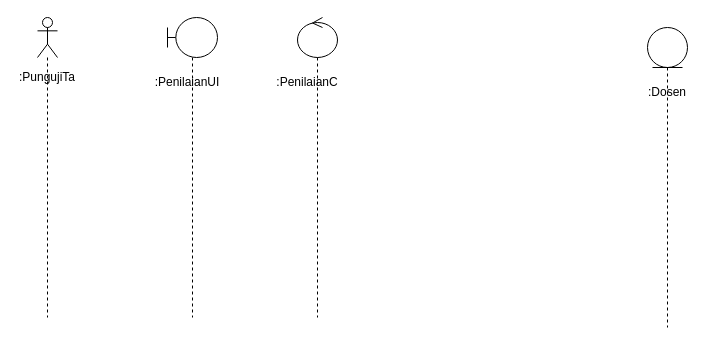
This is Pert 11/Seq-Prak-2.drawio from mahesri/uml_ads_sms3, a draw.io file, before an edit. Source tidied: cells renumbered, new cells numbered last; positions are measured from the earlier drawing's top-left corner, leaving out a move shared by most shapes. Both pictures are drawn from the tidied source at 100%, with x=0, y=0 at pixel (17, 17).
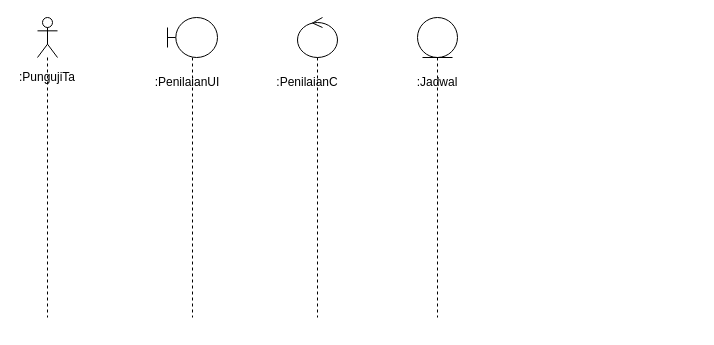
The same diagram, later.

The edit, as a diff of the source:
```diff
@@
 <mxGraphModel>
   <root>
     <mxCell id="0" />
     <mxCell id="1" parent="0" />
     <mxCell id="2" style="shape=umlLifeline;perimeter=lifelinePerimeter;whiteSpace=wrap;html=1;newEdgeStyle={&quot;curved&quot;:0,&quot;rounded&quot;:0};participant=umlActor;" parent="1" vertex="1">
       <mxGeometry x="20" width="20" height="300" as="geometry" />
     </mxCell>
     <mxCell id="3" value=":PenilaianUI" style="text;html=1;strokeColor=none;fillColor=none;align=center;verticalAlign=middle;whiteSpace=wrap;rounded=0;" parent="1" vertex="1">
       <mxGeometry x="140" y="50" width="60" height="30" as="geometry" />
     </mxCell>
     <mxCell id="4" value=":PenilaianC" style="text;html=1;strokeColor=none;fillColor=none;align=center;verticalAlign=middle;whiteSpace=wrap;rounded=0;" parent="1" vertex="1">
       <mxGeometry x="260" y="50" width="60" height="30" as="geometry" />
     </mxCell>
-    <mxCell id="5" value=":Dosen" style="text;html=1;strokeColor=none;fillColor=none;align=center;verticalAlign=middle;whiteSpace=wrap;rounded=0;" parent="1" vertex="1">
-      <mxGeometry x="620" y="60" width="60" height="30" as="geometry" />
+    <mxCell id="5" value=":Jadwal" style="text;html=1;strokeColor=none;fillColor=none;align=center;verticalAlign=middle;whiteSpace=wrap;rounded=0;" parent="1" vertex="1">
+      <mxGeometry x="390" y="50" width="60" height="30" as="geometry" />
     </mxCell>
     <mxCell id="6" style="shape=umlLifeline;perimeter=lifelinePerimeter;whiteSpace=wrap;html=1;newEdgeStyle={&quot;curved&quot;:0,&quot;rounded&quot;:0};participant=umlBoundary;" parent="1" vertex="1">
       <mxGeometry x="150" width="50" height="300" as="geometry" />
     </mxCell>
     <mxCell id="7" style="shape=umlLifeline;perimeter=lifelinePerimeter;whiteSpace=wrap;html=1;newEdgeStyle={&quot;curved&quot;:0,&quot;rounded&quot;:0};participant=umlEntity;" parent="1" vertex="1">
-      <mxGeometry x="630" y="10" width="40" height="300" as="geometry" />
+      <mxGeometry x="400" width="40" height="300" as="geometry" />
     </mxCell>
     <mxCell id="8" value=":PungujiTa" style="text;html=1;strokeColor=none;fillColor=none;align=center;verticalAlign=middle;whiteSpace=wrap;rounded=0;" parent="1" vertex="1">
       <mxGeometry y="45" width="60" height="30" as="geometry" />
     </mxCell>
     <mxCell id="9" style="shape=umlLifeline;perimeter=lifelinePerimeter;whiteSpace=wrap;html=1;newEdgeStyle={&quot;curved&quot;:0,&quot;rounded&quot;:0};participant=umlControl;" parent="1" vertex="1">
       <mxGeometry x="280" width="40" height="300" as="geometry" />
     </mxCell>
   </root>
 </mxGraphModel>
```
